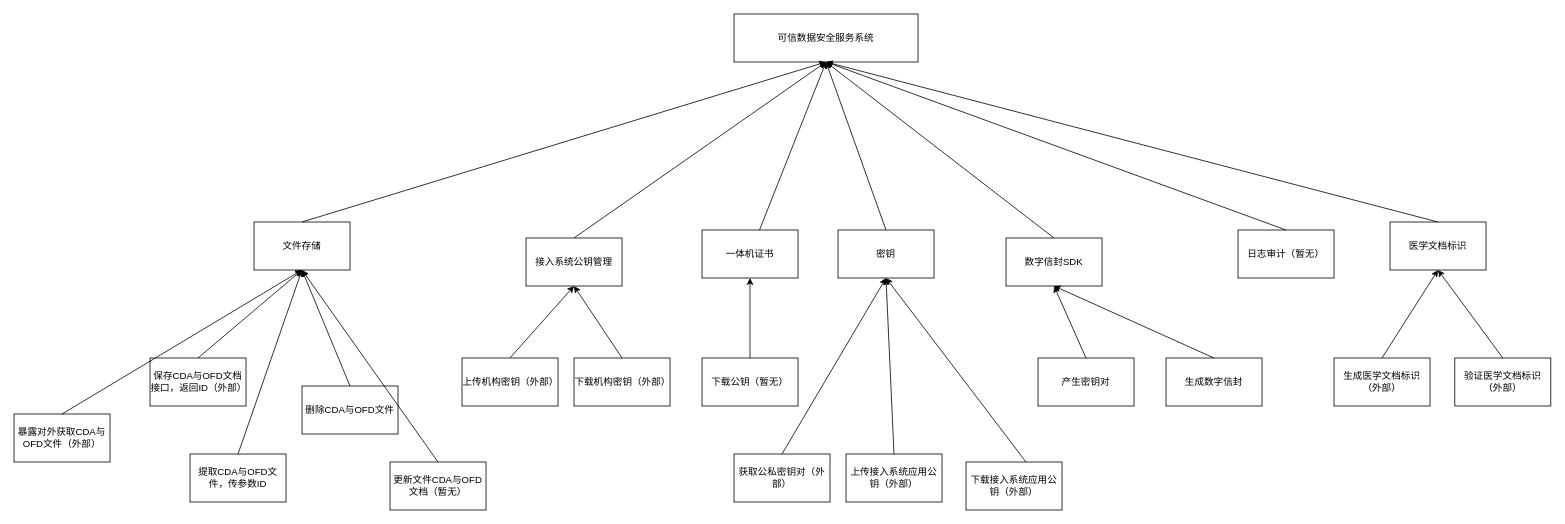
Before: page "基础服务" (1 of 3) of source/可信数据交换一体机功能清单.drawio in SmileCJX/processon, a draw.io diagram. Source tidied: cells renumbered, new cells numbered last; positions are measured from the earlier drawing's top-left corner, leaving out a move shared by most shapes. Both pictures are drawn from the tidied source at 80%, with x=0, y=0 at pixel (14, 14).
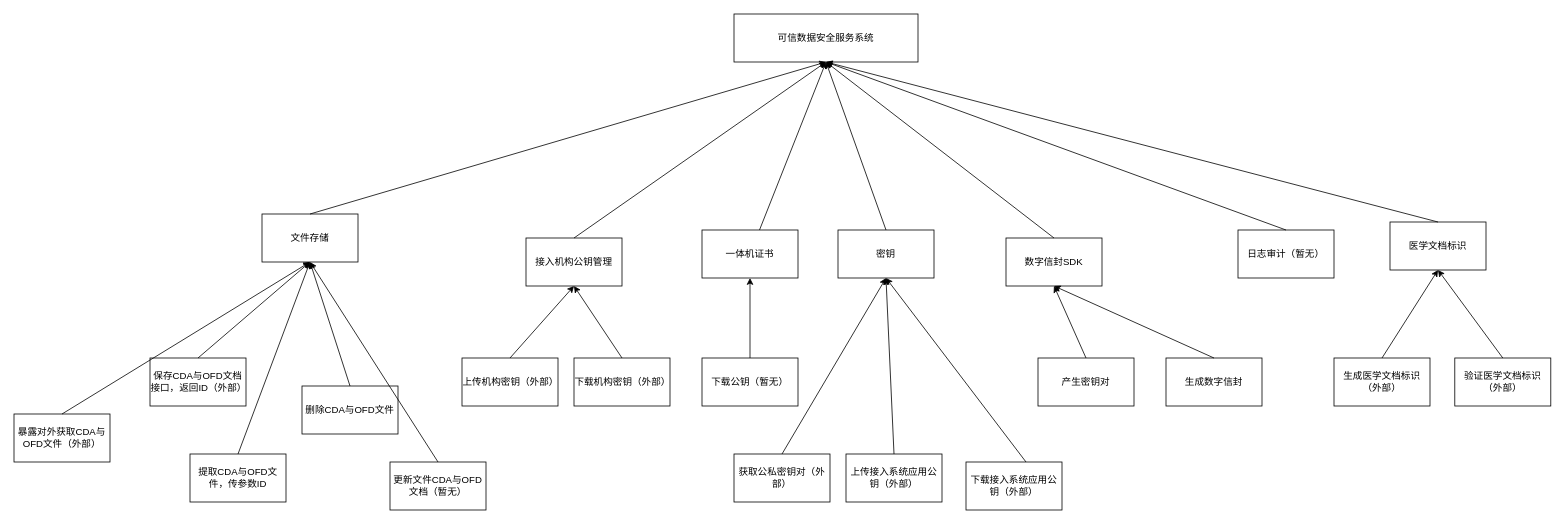
The same page after the edit.

Commit message:
更新可信数据交换一体机功能清单.drawio

The edit, as a diff of the source:
```diff
@@
     <mxCell id="3" value="文件存储" style="rounded=0;whiteSpace=wrap;html=1;" parent="1" vertex="1">
-      <mxGeometry x="300" y="260" width="120" height="60" as="geometry" />
+      <mxGeometry x="310" y="250" width="120" height="60" as="geometry" />
     </mxCell>
-    <mxCell id="4" value="接入系统公钥管理" style="rounded=0;whiteSpace=wrap;html=1;" parent="1" vertex="1">
+    <mxCell id="4" value="接入机构公钥管理" style="rounded=0;whiteSpace=wrap;html=1;" parent="1" vertex="1">
       <mxGeometry x="640" y="280" width="120" height="60" as="geometry" />
     </mxCell>
```
